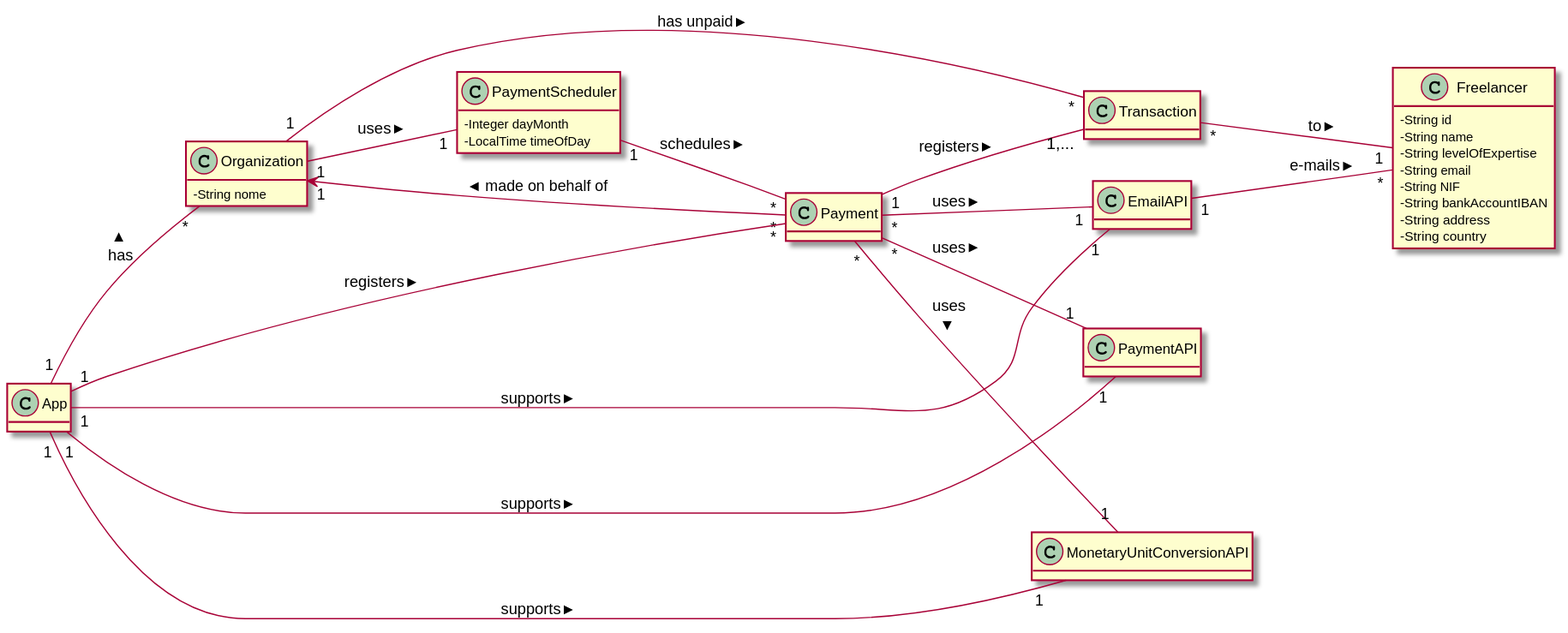
Before: docs/UC_06/MD.svg, a diagram exported from PlantUML (botelho-io/lapr2-2020-g029). Its diagram source:
```plantuml
@startuml MD

skinparam classAttributeIconSize 0
hide methods
left to right direction

class Transaction {

}

class PaymentScheduler {
        - Integer dayMonth
        - LocalTime timeOfDay
}

class Organization {
        - String nome
}

class App {

}

class Freelancer {
        - String id
        - String name
        - String levelOfExpertise
        - String email
        - String NIF
        - String bankAccountIBAN
        - String address
        - String country
}

Payment                      "1" -- "1,..."  Transaction               : registers >
Payment                      "*" -- "1"      EmailAPI                  : uses >
Payment                      "*" -- "1"      PaymentAPI                : uses >
Payment                      "*" -- "1"      MonetaryUnitConversionAPI : uses >
Payment                      "*" --> "1"     Organization              : made on behalf of >
Transaction                  "*" -- "1"      Freelancer                : to >
PaymentScheduler             "1" -- "*"      Payment                   : schedules >
Organization                 "1" -- "1"      PaymentScheduler          : uses >
Organization                 "1" -- "*"      Transaction               : has unpaid >
App                          "1" -- "1"      MonetaryUnitConversionAPI : supports >
App                          "1" -- "*"      Organization              : has >
App                          "1" -- "1"      EmailAPI                  : supports >
App                          "1" -- "1"      PaymentAPI                : supports >
App                          "1" -- "*"      Payment                   : registers >
EmailAPI                     "1" -- "*"      Freelancer                : e-mails >

@enduml
```
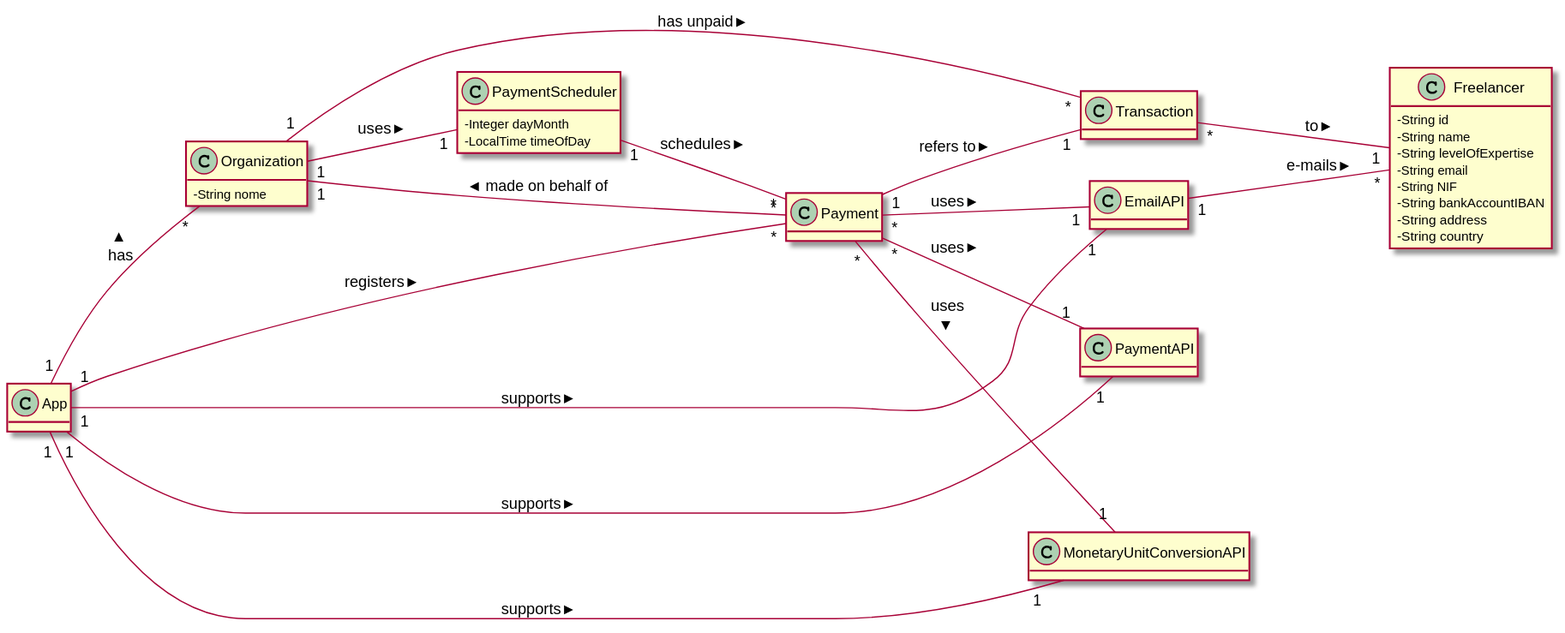
The same diagram one commit later.

The edit, as a diff of the source:
```diff
@@ -32,11 +32,11 @@
         - String country
 }
 
-Payment                      "1" -- "1,..."  Transaction               : registers >
+Payment                      "1" -- "1"      Transaction               : refers to >
 Payment                      "*" -- "1"      EmailAPI                  : uses >
 Payment                      "*" -- "1"      PaymentAPI                : uses >
 Payment                      "*" -- "1"      MonetaryUnitConversionAPI : uses >
-Payment                      "*" --> "1"     Organization              : made on behalf of >
+Payment                      "*" -- "1"      Organization              : made on behalf of >
 Transaction                  "*" -- "1"      Freelancer                : to >
 PaymentScheduler             "1" -- "*"      Payment                   : schedules >
 Organization                 "1" -- "1"      PaymentScheduler          : uses >
```
